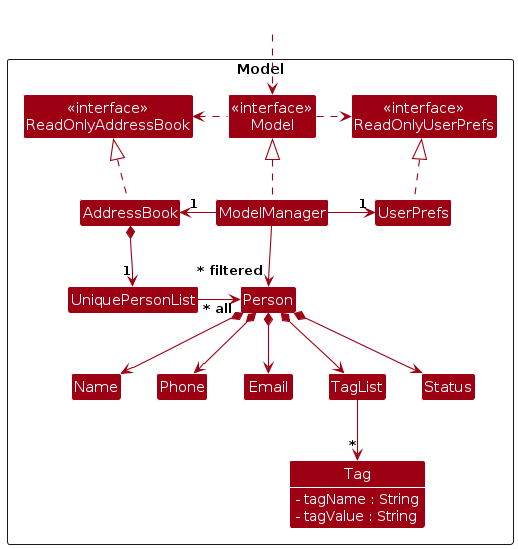
Above: diagrams/ModelClassDiagram.png in AY2526S2-CS2103T-T16-1/tp (PlantUML), before the change. Its source is kept beside it as diagrams/ModelClassDiagram.puml.
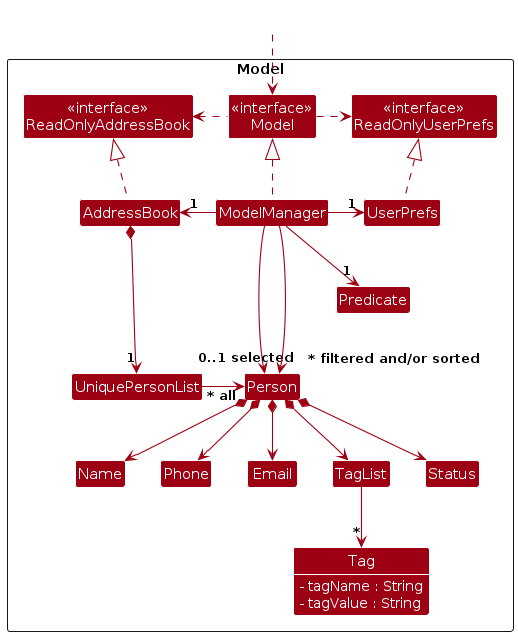
After the commit.

The edit, as a diff of the source:
```diff
@@ -11,6 +11,8 @@
 Class AddressBook
 Class ModelManager
 Class UserPrefs
+
+Class Predicate
 
 Class UniquePersonList
 Class Person
@@ -40,7 +42,7 @@
 ModelManager -right-> "1" UserPrefs
 UserPrefs .up.|> ReadOnlyUserPrefs
 
-AddressBook *--> "1" UniquePersonList
+AddressBook *---> "1" UniquePersonList
 UniquePersonList -right-> "~* all" Person
 Person *--> Name
 Person *--> Phone
@@ -53,5 +55,8 @@
 
 Name -[hidden]right-> Phone
 
-ModelManager --> "~* filtered" Person
+ModelManager ---> "0..1 selected" Person
+ModelManager ---> "~* filtered and/or sorted" Person
+ModelManager -right> "1" Predicate
+UserPrefs -[hidden]down-> Predicate
 @enduml
```
